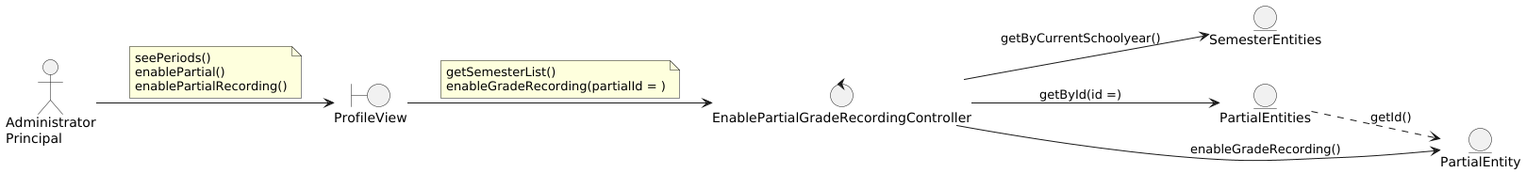
This is out/DesignView/AnalysisView/UseCaseAnalysis/Collaboration.CU61.Analysis.png from wsmcbl/wsmcbl.doc, a PlantUML export, as it was before one commit. Source of this version:
```plantuml
@startuml
left to right direction

actor "Administrator\nPrincipal"

boundary ProfileView

control EnablePartialGradeRecordingController

entity SemesterEntities
entity PartialEntities
entity PartialEntity

"Administrator\nPrincipal" --> ProfileView
note on link
    seePeriods()
    enablePartial()
    enablePartialRecording()
end note

ProfileView --> EnablePartialGradeRecordingController
note on link
    getSemesterList()
    enableGradeRecording(partialId = )
end note

EnablePartialGradeRecordingController --> SemesterEntities : getByCurrentSchoolyear()
EnablePartialGradeRecordingController --> PartialEntities : getById(id =)
EnablePartialGradeRecordingController --> PartialEntity : enableGradeRecording()

PartialEntities ..> PartialEntity : getId()

@enduml
```
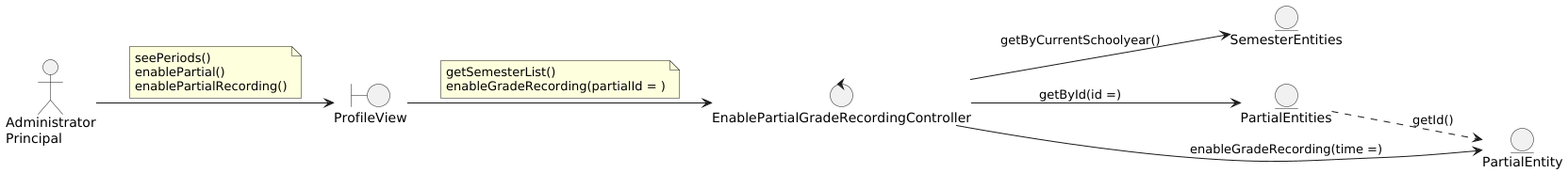
After the commit.

Diff of the diagram source:
```diff
@@ -26,7 +26,7 @@
 
 EnablePartialGradeRecordingController --> SemesterEntities : getByCurrentSchoolyear()
 EnablePartialGradeRecordingController --> PartialEntities : getById(id =)
-EnablePartialGradeRecordingController --> PartialEntity : enableGradeRecording()
+EnablePartialGradeRecordingController --> PartialEntity : enableGradeRecording(time =)
 
 PartialEntities ..> PartialEntity : getId()
 
```
